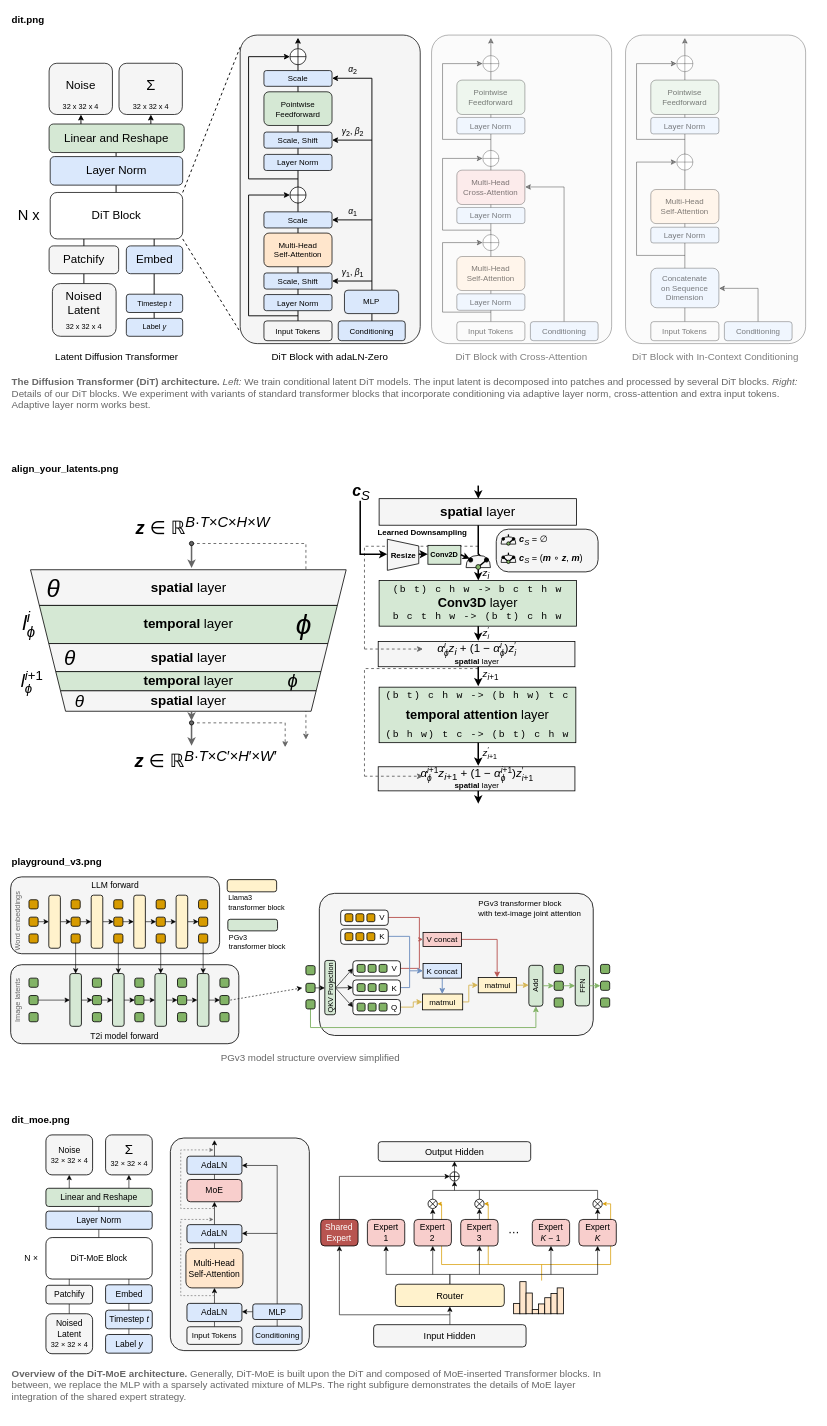
This is assets/diffusion/diffusion.drawio from brunomaga/brunomaga.github.io, a draw.io file, before an edit. Source tidied: cells renumbered, new cells numbered last; positions are measured from the earlier drawing's top-left corner, leaving out a move shared by most shapes. Both pictures are drawn from the tidied source at 61%, with x=0, y=0 at pixel (10, 10).
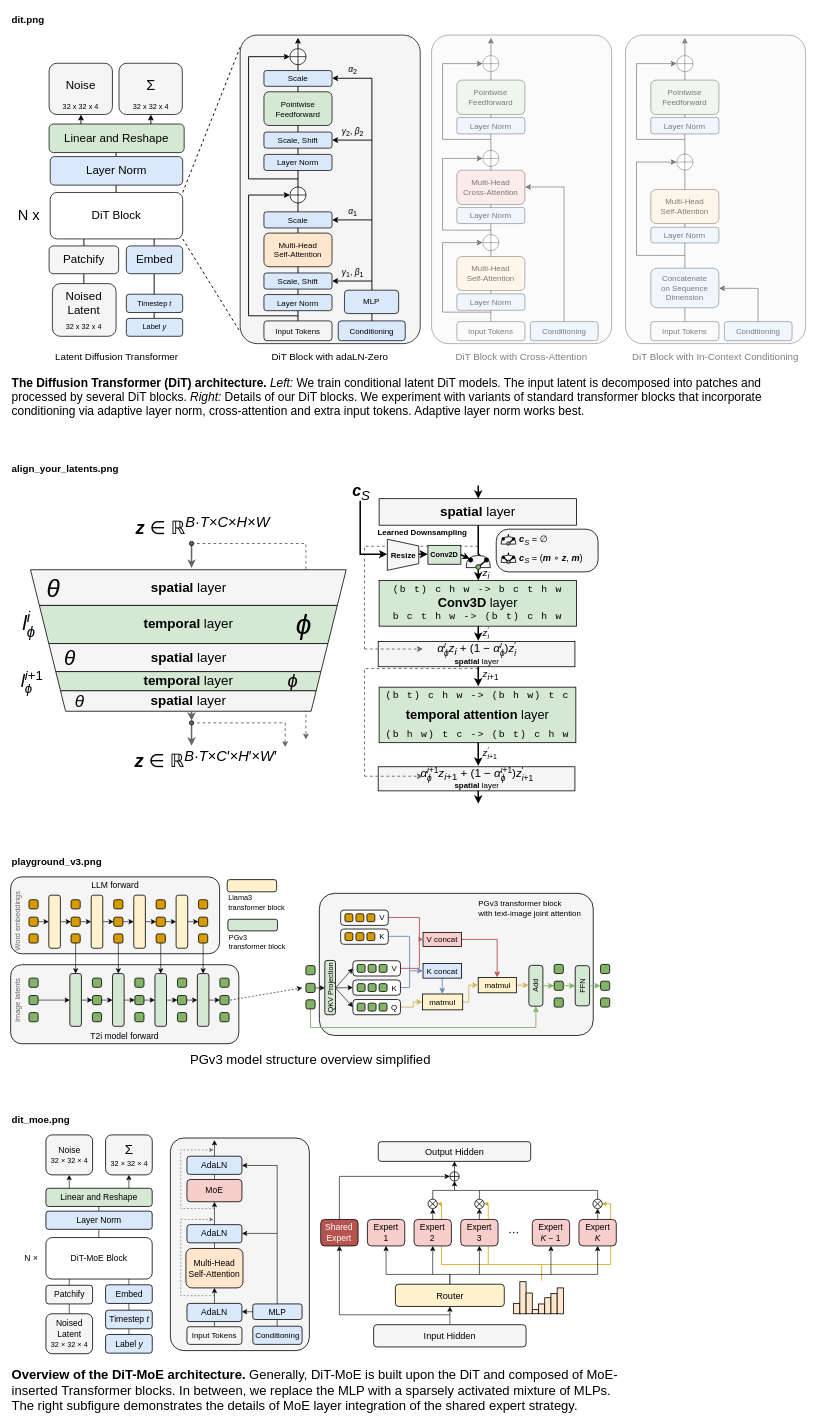
The same diagram, later.

Diff of the diagram source:
```diff
@@
     <mxCell id="3" style="group;" parent="1" vertex="1">
-      <mxGeometry y="40" width="1321.2" height="615" as="geometry" />
+      <mxGeometry y="40" width="1321.2" height="630.6" as="geometry" />
     </mxCell>
@@
-    <mxCell id="115" value="&lt;b&gt;The Diffusion Transformer (DiT) architecture.&lt;/b&gt; &lt;i&gt;Left:&lt;/i&gt; We train conditional latent DiT models. The input latent is decomposed into patches and processed by several DiT blocks. &lt;i&gt;Right:&lt;/i&gt; Details of our DiT blocks. We experiment with variants of standard transformer blocks that incorporate conditioning via adaptive layer norm, cross-attention and extra input tokens. Adaptive layer norm works best." style="text;html=1;whiteSpace=wrap;align=left;verticalAlign=top;fontSize=16;fontColor=#666666;" parent="3" vertex="1">
-      <mxGeometry y="552" width="1314" height="63" as="geometry" />
+    <mxCell id="115" value="&lt;b&gt;The Diffusion Transformer (DiT) architecture.&lt;/b&gt; &lt;i&gt;Left:&lt;/i&gt; We train conditional latent DiT models. The input latent is decomposed into patches and processed by several DiT blocks. &lt;i&gt;Right:&lt;/i&gt; Details of our DiT blocks. We experiment with variants of standard transformer blocks that incorporate conditioning via adaptive layer norm, cross-attention and extra input tokens. Adaptive layer norm works best." style="text;html=1;whiteSpace=wrap;align=left;verticalAlign=top;fontSize=19.6;fontColor=#000000;" parent="3" vertex="1">
+      <mxGeometry y="552" width="1314" height="78.6" as="geometry" />
     </mxCell>
@@
     <mxCell id="204" style="group;" parent="1" vertex="1">
-      <mxGeometry y="1420" width="983" height="303" as="geometry" />
+      <mxGeometry y="1420" width="983" height="314.8" as="geometry" />
     </mxCell>
@@
-    <mxCell id="334" value="PGv3 model structure overview simplified" style="text;html=1;whiteSpace=wrap;align=center;verticalAlign=top;fontSize=16;fontColor=#666666;" parent="204" vertex="1">
-      <mxGeometry y="281" width="983" height="22" as="geometry" />
+    <mxCell id="334" value="PGv3 model structure overview simplified" style="text;html=1;whiteSpace=wrap;align=center;verticalAlign=top;fontSize=21.5;fontColor=#000000;" parent="204" vertex="1">
+      <mxGeometry y="281" width="983" height="33.8" as="geometry" />
     </mxCell>
@@
     <mxCell id="336" style="group;" parent="1" vertex="1">
-      <mxGeometry y="1843" width="1003.9" height="439.4" as="geometry" />
+      <mxGeometry y="1843" width="1003.9" height="459.6" as="geometry" />
     </mxCell>
@@
-    <mxCell id="421" value="&lt;b&gt;Overview of the DiT-MoE architecture.&lt;/b&gt; Generally, DiT-MoE is built upon the DiT and composed of MoE-inserted Transformer blocks. In between, we replace the MLP with a sparsely activated mixture of MLPs. The right subfigure demonstrates the details of MoE layer integration of the shared expert strategy." style="text;html=1;whiteSpace=wrap;align=left;verticalAlign=top;fontSize=16;fontColor=#666666;" parent="336" vertex="1">
-      <mxGeometry y="374.9" width="1003.9" height="64.6" as="geometry" />
+    <mxCell id="421" value="&lt;b&gt;Overview of the DiT-MoE architecture.&lt;/b&gt; Generally, DiT-MoE is built upon the DiT and composed of MoE-inserted Transformer blocks. In between, we replace the MLP with a sparsely activated mixture of MLPs. The right subfigure demonstrates the details of MoE layer integration of the shared expert strategy." style="text;html=1;whiteSpace=wrap;align=left;verticalAlign=top;fontSize=21.3;fontColor=#000000;" parent="336" vertex="1">
+      <mxGeometry y="374.9" width="1003.9" height="84.7" as="geometry" />
     </mxCell>
```
